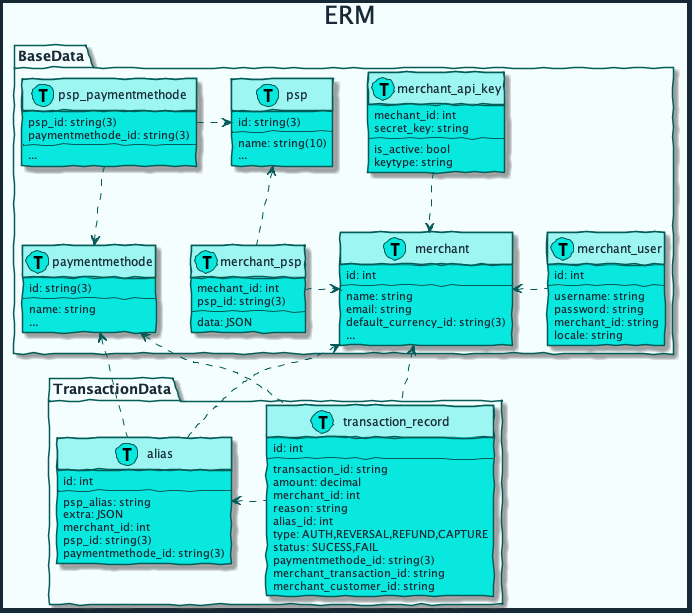
Earlier version of the PlantUML export diagrams/out/erm.png (mobilabsolutions/stash-sdk-wiki).
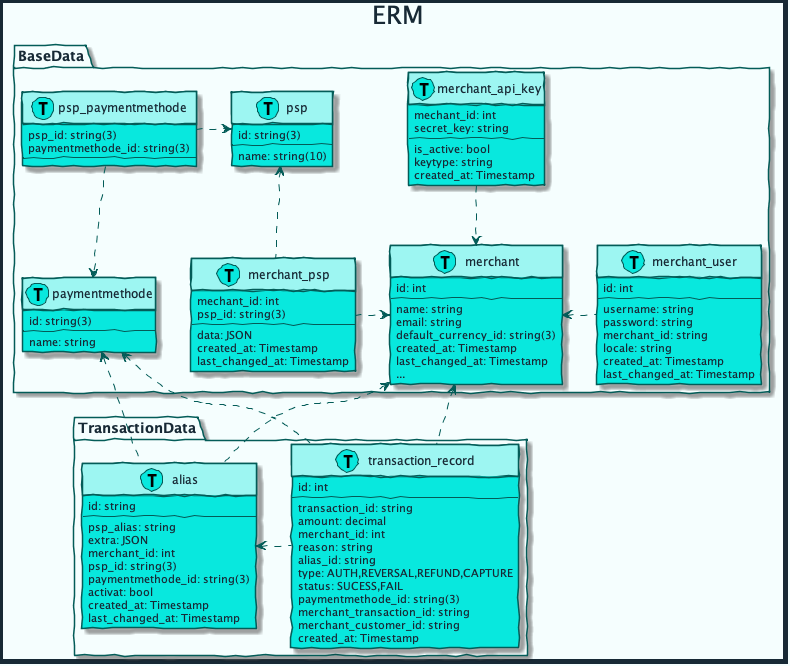
Above is the later version.

Commit message:
added come columns

Diff of the diagram source:
```diff
@@ -52,21 +52,18 @@
         id: string(3)
         --
         name: string(10)
-        ...
     }
 
     class paymentmethode << (T, #08E8DE) >>{
         id: string(3)
         --
         name: string
-        ...
     }
 
     class psp_paymentmethode << (T, #08E8DE) >>{
         psp_id: string(3)
         paymentmethode_id: string(3)
         --
-        ...
     }
 
     class merchant << (T, #08E8DE) >>{
@@ -75,6 +72,8 @@
         name: string
         email: string
         default_currency_id: string(3)
+        created_at: Timestamp
+        last_changed_at: Timestamp
         ...
     }
 
@@ -84,6 +83,7 @@
         --
         is_active: bool
         keytype: string
+        created_at: Timestamp
     }
 
     class merchant_psp << (T, #08E8DE) >>{
@@ -91,6 +91,8 @@
         psp_id: string(3)
         --
         data: JSON
+        created_at: Timestamp
+        last_changed_at: Timestamp
     }
 
     class merchant_user << (T, #08E8DE) >>{
@@ -100,6 +102,8 @@
         password: string
         merchant_id: string
         locale: string
+        created_at: Timestamp
+        last_changed_at: Timestamp
     }
 
     merchant_psp .> merchant
@@ -112,13 +116,16 @@
 
 package TransactionData {
     class alias << (T, #08E8DE) >>{
-        id: int
+        id: string
         --
         psp_alias: string
         extra: JSON
         merchant_id: int
         psp_id: string(3)
         paymentmethode_id: string(3)
+        activat: bool
+        created_at: Timestamp
+        last_changed_at: Timestamp
     }
 
     class transaction_record << (T, #08E8DE) >>{
@@ -128,12 +135,13 @@
         amount: decimal
         merchant_id: int
         reason: string
-        alias_id: int
+        alias_id: string
         type: AUTH,REVERSAL,REFUND,CAPTURE
         status: SUCESS,FAIL
         paymentmethode_id: string(3)
         merchant_transaction_id: string
         merchant_customer_id: string
+        created_at: Timestamp
     }
 
     alias <. transaction_record
```
